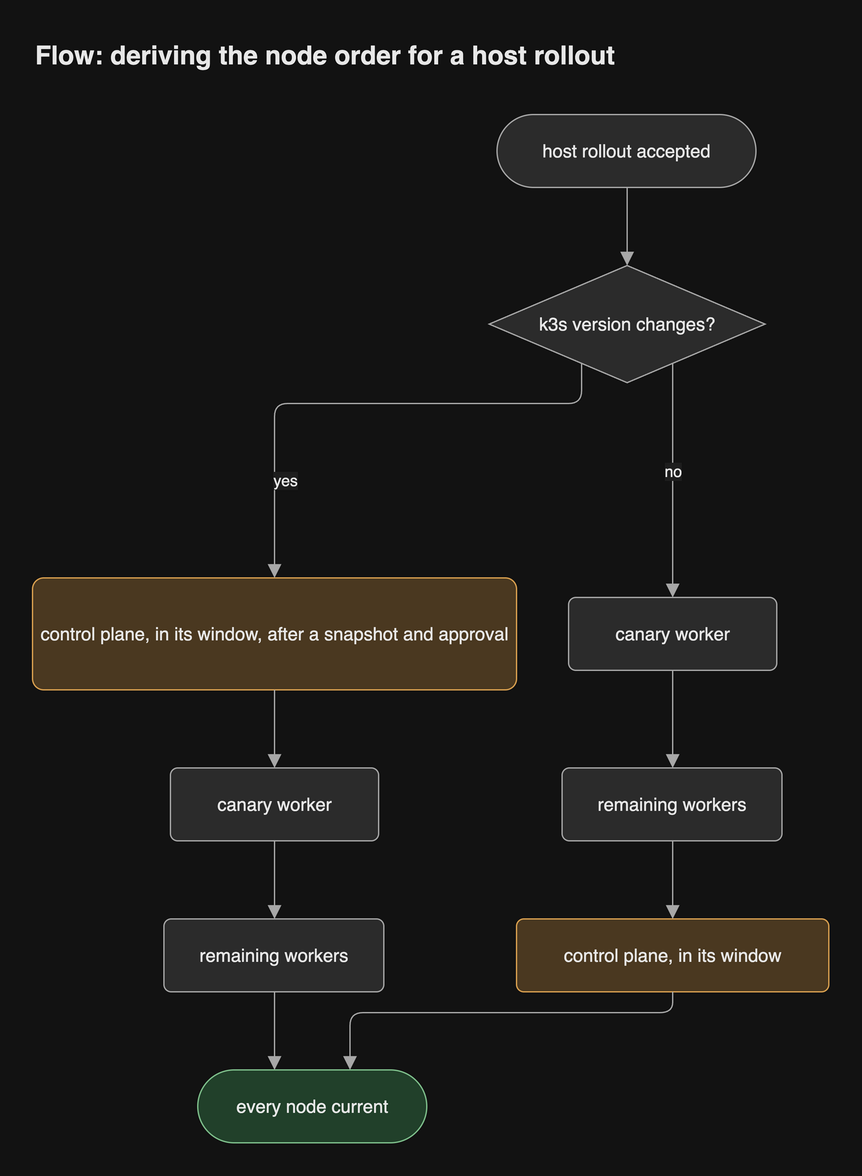
Before: docs/diagrams/png/flow-host-order.png, a diagram exported from draw.io (JorisJonkers-dev/estate-kit). Source tidied: cells renumbered, new cells last; positions are measured from the earlier drawing's top-left corner, leaving out a move shared by most shapes.
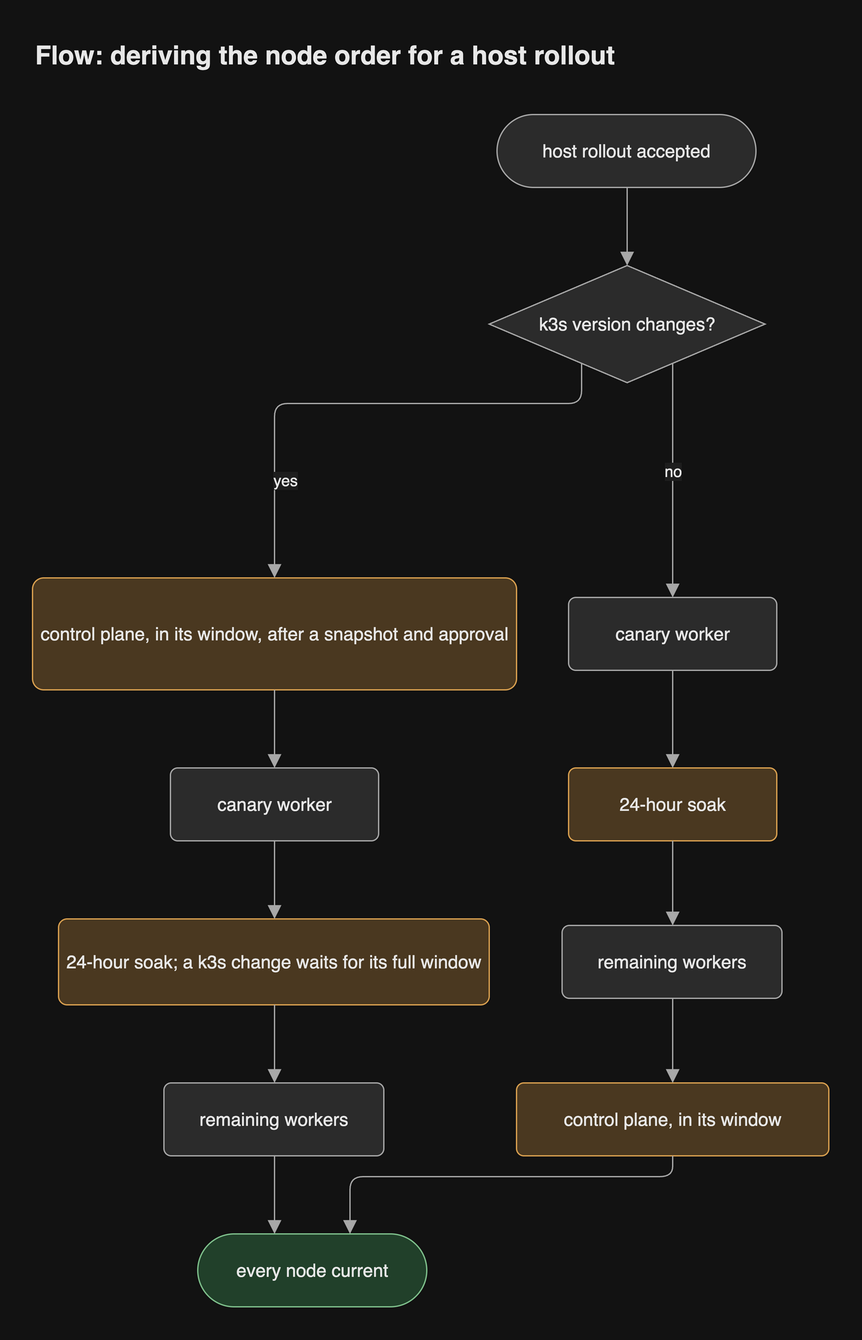
The same diagram one commit later.

Change to the diagram source:
```diff
@@ -14,20 +14,26 @@
     <mxCell id="5" value="canary worker" style="rounded=1;arcSize=10;html=1;whiteSpace=wrap;fontSize=14;fontColor=light-dark(#1a1a1a,#e8e8e8);fillColor=light-dark(#f5f5f5,#2b2b2b);strokeColor=light-dark(#666666,#a8a8a8);fontFamily=Helvetica;" parent="1" vertex="1">
       <mxGeometry x="106" y="566" width="160" height="56" as="geometry" />
     </mxCell>
+    <mxCell id="21" value="24-hour soak; a k3s change waits for its full window" style="rounded=1;arcSize=10;html=1;whiteSpace=wrap;fontSize=14;fontColor=light-dark(#1a1a1a,#e8e8e8);fillColor=light-dark(#ffe6cc,#4a3820);strokeColor=light-dark(#d79b00,#d9a050);fontFamily=Helvetica;" parent="1" vertex="1">
+      <mxGeometry x="20" y="682" width="331" height="66" as="geometry" />
+    </mxCell>
     <mxCell id="6" value="remaining workers" style="rounded=1;arcSize=10;html=1;whiteSpace=wrap;fontSize=14;fontColor=light-dark(#1a1a1a,#e8e8e8);fillColor=light-dark(#f5f5f5,#2b2b2b);strokeColor=light-dark(#666666,#a8a8a8);fontFamily=Helvetica;" parent="1" vertex="1">
-      <mxGeometry x="101" y="682" width="169" height="56" as="geometry" />
+      <mxGeometry x="101" y="808" width="169" height="56" as="geometry" />
     </mxCell>
     <mxCell id="7" value="canary worker" style="rounded=1;arcSize=10;html=1;whiteSpace=wrap;fontSize=14;fontColor=light-dark(#1a1a1a,#e8e8e8);fillColor=light-dark(#f5f5f5,#2b2b2b);strokeColor=light-dark(#666666,#a8a8a8);fontFamily=Helvetica;" parent="1" vertex="1">
       <mxGeometry x="412" y="435" width="160" height="56" as="geometry" />
     </mxCell>
+    <mxCell id="22" value="24-hour soak" style="rounded=1;arcSize=10;html=1;whiteSpace=wrap;fontSize=14;fontColor=light-dark(#1a1a1a,#e8e8e8);fillColor=light-dark(#ffe6cc,#4a3820);strokeColor=light-dark(#d79b00,#d9a050);fontFamily=Helvetica;" parent="1" vertex="1">
+      <mxGeometry x="412" y="566" width="160" height="56" as="geometry" />
+    </mxCell>
     <mxCell id="8" value="remaining workers" style="rounded=1;arcSize=10;html=1;whiteSpace=wrap;fontSize=14;fontColor=light-dark(#1a1a1a,#e8e8e8);fillColor=light-dark(#f5f5f5,#2b2b2b);strokeColor=light-dark(#666666,#a8a8a8);fontFamily=Helvetica;" parent="1" vertex="1">
-      <mxGeometry x="407" y="566" width="169" height="56" as="geometry" />
+      <mxGeometry x="407" y="687" width="169" height="56" as="geometry" />
     </mxCell>
     <mxCell id="9" value="control plane, in its window" style="rounded=1;arcSize=10;html=1;whiteSpace=wrap;fontSize=14;fontColor=light-dark(#1a1a1a,#e8e8e8);fillColor=light-dark(#ffe6cc,#4a3820);strokeColor=light-dark(#d79b00,#d9a050);fontFamily=Helvetica;" parent="1" vertex="1">
-      <mxGeometry x="372" y="682" width="240" height="56" as="geometry" />
+      <mxGeometry x="372" y="808" width="240" height="56" as="geometry" />
     </mxCell>
     <mxCell id="10" value="every node current" style="rounded=1;arcSize=50;html=1;whiteSpace=wrap;fontSize=14;fontColor=light-dark(#1a1a1a,#e8e8e8);fillColor=light-dark(#d5e8d4,#21402a);strokeColor=light-dark(#82b366,#7fc08c);fontFamily=Helvetica;" parent="1" vertex="1">
-      <mxGeometry x="127" y="798" width="176" height="56" as="geometry" />
+      <mxGeometry x="127" y="924" width="176" height="56" as="geometry" />
     </mxCell>
     <mxCell id="11" style="html=1;rounded=1;fontSize=14;fontSize=12;fontColor=light-dark(#1a1a1a,#e8e8e8);strokeColor=light-dark(#666666,#a8a8a8);endArrow=block;endFill=1;endSize=8;curved=0;exitX=0.5025;exitY=1;entryX=0.5;entryY=0;edgeStyle=orthogonalEdgeStyle;fontFamily=Helvetica;labelBackgroundColor=light-dark(#ffffff,#1e1e1e);" parent="1" edge="1" source="2" target="3">
       <mxGeometry relative="1" as="geometry">
@@ -60,42 +66,56 @@
         </Array>
       </mxGeometry>
     </mxCell>
-    <mxCell id="15" style="html=1;rounded=1;fontSize=14;fontSize=12;fontColor=light-dark(#1a1a1a,#e8e8e8);strokeColor=light-dark(#666666,#a8a8a8);endArrow=block;endFill=1;endSize=8;curved=0;exitX=0.5;exitY=1;entryX=0.503;entryY=0;edgeStyle=orthogonalEdgeStyle;fontFamily=Helvetica;labelBackgroundColor=light-dark(#ffffff,#1e1e1e);" parent="1" edge="1" source="5" target="6">
+    <mxCell id="15" style="html=1;rounded=1;fontSize=14;fontSize=12;fontColor=light-dark(#1a1a1a,#e8e8e8);strokeColor=light-dark(#666666,#a8a8a8);endArrow=block;endFill=1;endSize=8;curved=0;exitX=0.5;exitY=1;entryX=0.5015;entryY=0;edgeStyle=orthogonalEdgeStyle;fontFamily=Helvetica;labelBackgroundColor=light-dark(#ffffff,#1e1e1e);" parent="1" edge="1" source="5" target="21">
       <mxGeometry relative="1" as="geometry">
         <Array as="points">
           <mxPoint x="186" y="652" />
         </Array>
       </mxGeometry>
     </mxCell>
-    <mxCell id="16" style="html=1;rounded=1;fontSize=14;fontSize=12;fontColor=light-dark(#1a1a1a,#e8e8e8);strokeColor=light-dark(#666666,#a8a8a8);endArrow=block;endFill=1;endSize=8;curved=0;exitX=0.503;exitY=1;entryX=0.3352;entryY=0;edgeStyle=orthogonalEdgeStyle;fontFamily=Helvetica;labelBackgroundColor=light-dark(#ffffff,#1e1e1e);" parent="1" edge="1" source="6" target="10">
+    <mxCell id="16" style="html=1;rounded=1;fontSize=14;fontSize=12;fontColor=light-dark(#1a1a1a,#e8e8e8);strokeColor=light-dark(#666666,#a8a8a8);endArrow=block;endFill=1;endSize=8;curved=0;exitX=0.5015;exitY=1;entryX=0.503;entryY=0;edgeStyle=orthogonalEdgeStyle;fontFamily=Helvetica;labelBackgroundColor=light-dark(#ffffff,#1e1e1e);" parent="1" edge="1" source="21" target="6">
       <mxGeometry relative="1" as="geometry">
         <Array as="points">
-          <mxPoint x="186" y="768" />
+          <mxPoint x="186" y="778" />
         </Array>
       </mxGeometry>
     </mxCell>
-    <mxCell id="17" style="html=1;rounded=1;fontSize=14;fontSize=12;fontColor=light-dark(#1a1a1a,#e8e8e8);strokeColor=light-dark(#666666,#a8a8a8);endArrow=block;endFill=1;endSize=8;curved=0;exitX=0.5;exitY=1;entryX=0.503;entryY=0;edgeStyle=orthogonalEdgeStyle;fontFamily=Helvetica;labelBackgroundColor=light-dark(#ffffff,#1e1e1e);" parent="1" edge="1" source="7" target="8">
+    <mxCell id="17" style="html=1;rounded=1;fontSize=14;fontSize=12;fontColor=light-dark(#1a1a1a,#e8e8e8);strokeColor=light-dark(#666666,#a8a8a8);endArrow=block;endFill=1;endSize=8;curved=0;exitX=0.503;exitY=1;entryX=0.3352;entryY=0;edgeStyle=orthogonalEdgeStyle;fontFamily=Helvetica;labelBackgroundColor=light-dark(#ffffff,#1e1e1e);" parent="1" edge="1" source="6" target="10">
       <mxGeometry relative="1" as="geometry">
         <Array as="points">
-          <mxPoint x="492" y="528.5" />
+          <mxPoint x="186" y="894" />
         </Array>
       </mxGeometry>
     </mxCell>
-    <mxCell id="18" style="html=1;rounded=1;fontSize=14;fontSize=12;fontColor=light-dark(#1a1a1a,#e8e8e8);strokeColor=light-dark(#666666,#a8a8a8);endArrow=block;endFill=1;endSize=8;curved=0;exitX=0.503;exitY=1;entryX=0.5;entryY=0;edgeStyle=orthogonalEdgeStyle;fontFamily=Helvetica;labelBackgroundColor=light-dark(#ffffff,#1e1e1e);" parent="1" edge="1" source="8" target="9">
+    <mxCell id="18" style="html=1;rounded=1;fontSize=14;fontSize=12;fontColor=light-dark(#1a1a1a,#e8e8e8);strokeColor=light-dark(#666666,#a8a8a8);endArrow=block;endFill=1;endSize=8;curved=0;exitX=0.5;exitY=1;entryX=0.5;entryY=0;edgeStyle=orthogonalEdgeStyle;fontFamily=Helvetica;labelBackgroundColor=light-dark(#ffffff,#1e1e1e);" parent="1" edge="1" source="7" target="22">
       <mxGeometry relative="1" as="geometry">
         <Array as="points">
-          <mxPoint x="492" y="652" />
+          <mxPoint x="492" y="528.5" />
         </Array>
       </mxGeometry>
     </mxCell>
-    <mxCell id="19" style="html=1;rounded=1;fontSize=14;fontSize=12;fontColor=light-dark(#1a1a1a,#e8e8e8);strokeColor=light-dark(#666666,#a8a8a8);endArrow=block;endFill=1;endSize=8;curved=0;exitX=0.5;exitY=1;entryX=0.6648;entryY=0;edgeStyle=orthogonalEdgeStyle;fontFamily=Helvetica;labelBackgroundColor=light-dark(#ffffff,#1e1e1e);" parent="1" edge="1" source="9" target="10">
+    <mxCell id="19" style="html=1;rounded=1;fontSize=14;fontSize=12;fontColor=light-dark(#1a1a1a,#e8e8e8);strokeColor=light-dark(#666666,#a8a8a8);endArrow=block;endFill=1;endSize=8;curved=0;exitX=0.5;exitY=1;entryX=0.503;entryY=0;edgeStyle=orthogonalEdgeStyle;fontFamily=Helvetica;labelBackgroundColor=light-dark(#ffffff,#1e1e1e);" parent="1" edge="1" source="22" target="8">
       <mxGeometry relative="1" as="geometry">
         <Array as="points">
-          <mxPoint x="492" y="754" />
-          <mxPoint x="244" y="754" />
+          <mxPoint x="492" y="654.5" />
         </Array>
       </mxGeometry>
     </mxCell>
+    <mxCell id="23" style="html=1;rounded=1;fontSize=14;fontSize=12;fontColor=light-dark(#1a1a1a,#e8e8e8);strokeColor=light-dark(#666666,#a8a8a8);endArrow=block;endFill=1;endSize=8;curved=0;exitX=0.503;exitY=1;entryX=0.5;entryY=0;edgeStyle=orthogonalEdgeStyle;fontFamily=Helvetica;labelBackgroundColor=light-dark(#ffffff,#1e1e1e);" parent="1" edge="1" source="8" target="9">
+      <mxGeometry relative="1" as="geometry">
+        <Array as="points">
+          <mxPoint x="492" y="775.5" />
+        </Array>
+      </mxGeometry>
+    </mxCell>
+    <mxCell id="24" style="html=1;rounded=1;fontSize=14;fontSize=12;fontColor=light-dark(#1a1a1a,#e8e8e8);strokeColor=light-dark(#666666,#a8a8a8);endArrow=block;endFill=1;endSize=8;curved=0;exitX=0.5;exitY=1;entryX=0.6648;entryY=0;edgeStyle=orthogonalEdgeStyle;fontFamily=Helvetica;labelBackgroundColor=light-dark(#ffffff,#1e1e1e);" parent="1" edge="1" source="9" target="10">
+      <mxGeometry relative="1" as="geometry">
+        <Array as="points">
+          <mxPoint x="492" y="880" />
+          <mxPoint x="244" y="880" />
+        </Array>
+      </mxGeometry>
+    </mxCell>
     <mxCell id="20" value="Flow: deriving the node order for a host rollout" style="text;html=1;whiteSpace=wrap;align=left;verticalAlign=middle;fontSize=20;fontStyle=1;fontColor=light-dark(#1a1a1a,#e8e8e8);fontFamily=Helvetica;" parent="1" vertex="1">
       <mxGeometry width="612" height="36" as="geometry" />
     </mxCell>
```
